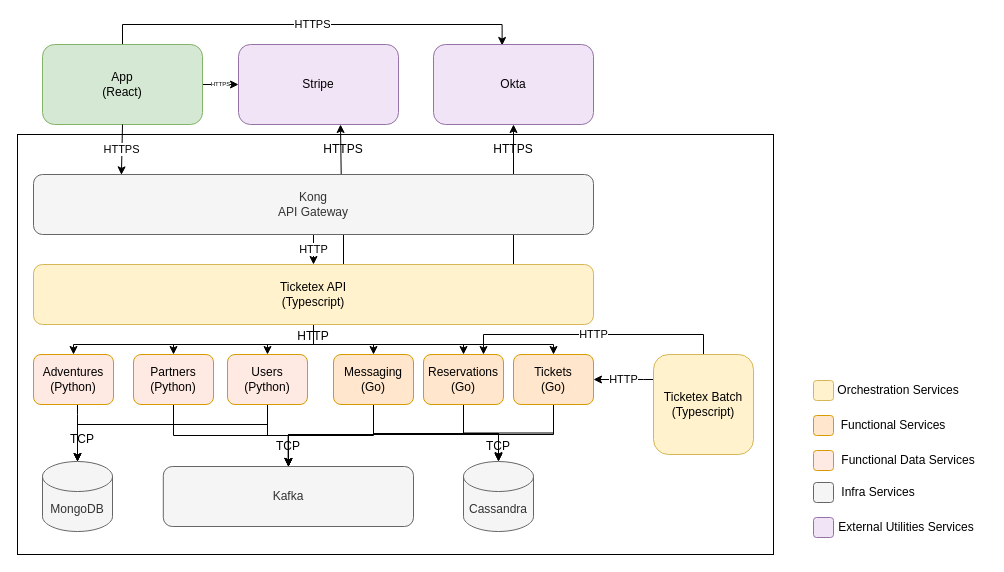
This is page "Arch (Low)" (3 of 4) of docs/arch.drawio from andrescosta/ticketex, a draw.io file, before an edit. Source tidied: cells renumbered, new cells numbered last; positions are measured from the earlier drawing's top-left corner, leaving out a move shared by most shapes. Both pictures are drawn from the tidied source at 100%, with x=0, y=0 at pixel (17, 24).
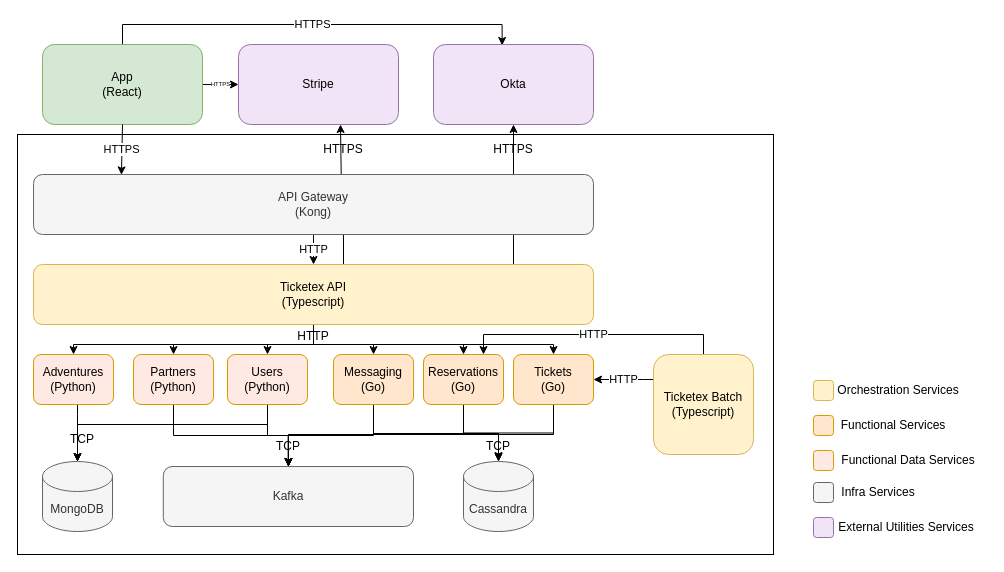
The same page after the edit.

Diff of the diagram source:
```diff
@@
-    <mxCell id="40" value="Kong &lt;br&gt;API Gateway" style="rounded=1;whiteSpace=wrap;html=1;fillColor=#f5f5f5;strokeColor=#666666;fontColor=#333333;" parent="1" vertex="1">
+    <mxCell id="40" value="API Gateway&lt;br&gt;(Kong)&lt;br&gt;" style="rounded=1;whiteSpace=wrap;html=1;fillColor=#f5f5f5;strokeColor=#666666;fontColor=#333333;" parent="1" vertex="1">
       <mxGeometry x="16" y="150" width="560" height="60" as="geometry" />
     </mxCell>
```
